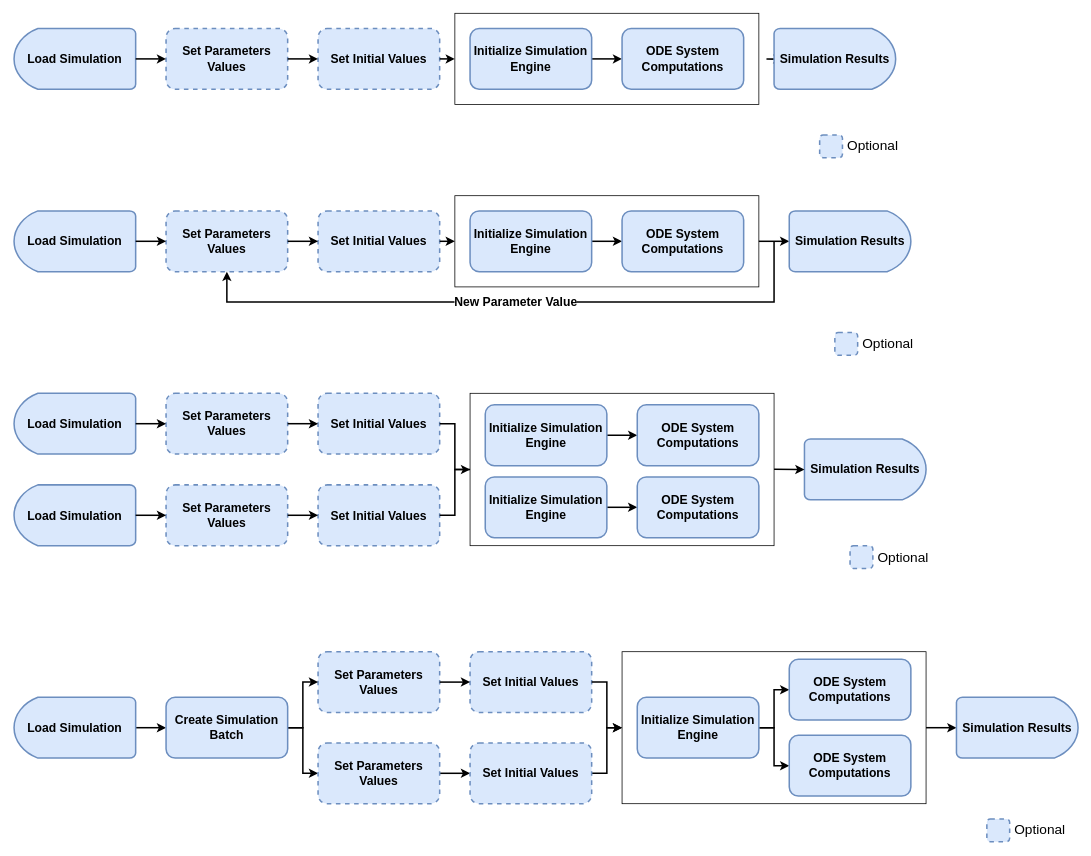
Above: vignettes/images/simulation_lifecycle_flowcharts.drawio in Open-Systems-Pharmacology/OSPSuite-R (draw.io), before the change. Source tidied: cells renumbered, new cells numbered last; positions are measured from the earlier drawing's top-left corner, leaving out a move shared by most shapes. Both pictures are drawn from the tidied source at 76%, with x=0, y=0 at pixel (14, 13).
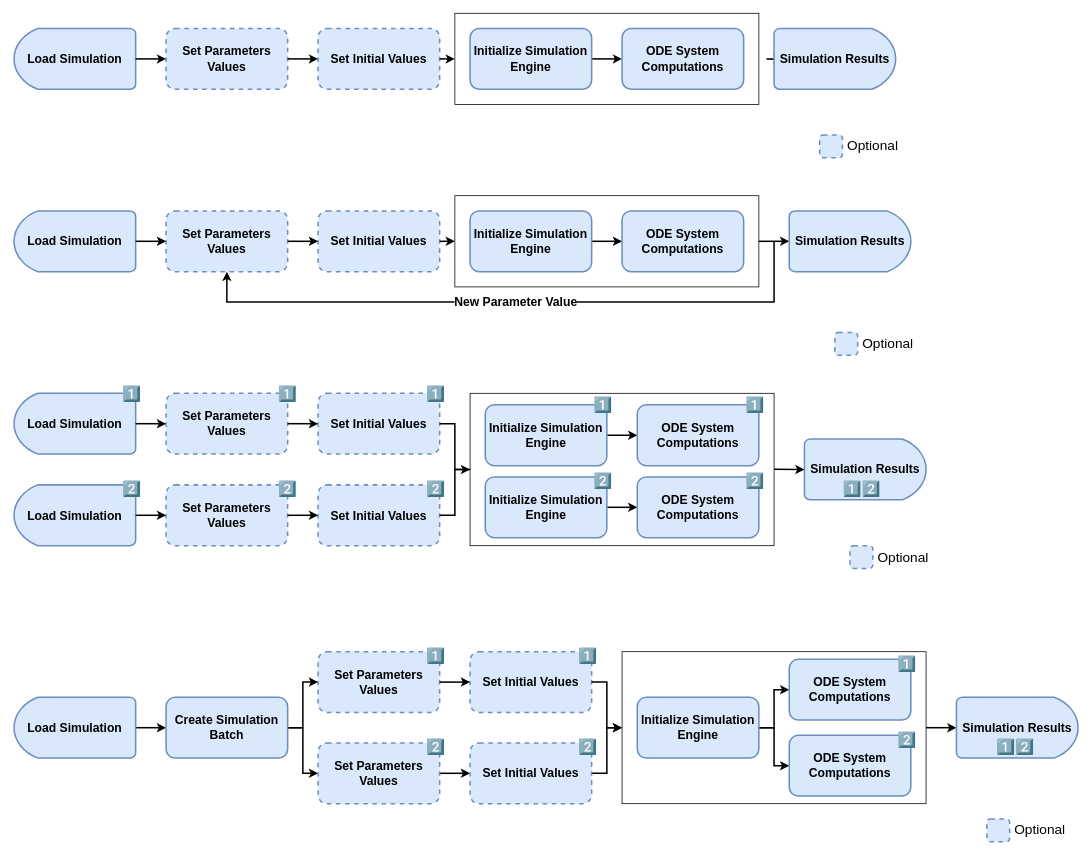
The same diagram, later.

Commit message (it also covers changes not shown here):
Add 1 and 2 to differentiate between simulation configurations

Diff of the diagram source:
```diff
@@
+    <mxCell id="77" value="&lt;font style=&quot;font-size: 20px;&quot;&gt;1️⃣&lt;/font&gt;" style="text;html=1;strokeColor=none;fillColor=none;align=center;verticalAlign=middle;whiteSpace=wrap;rounded=0;" parent="1" vertex="1">
+      <mxGeometry x="540" y="830" width="30" height="30" as="geometry" />
+    </mxCell>
+    <mxCell id="78" value="&lt;font style=&quot;font-size: 20px;&quot;&gt;1️⃣&lt;/font&gt;" style="text;html=1;strokeColor=none;fillColor=none;align=center;verticalAlign=middle;whiteSpace=wrap;rounded=0;" parent="1" vertex="1">
+      <mxGeometry x="740" y="830" width="30" height="30" as="geometry" />
+    </mxCell>
+    <mxCell id="79" value="&lt;font style=&quot;font-size: 20px;&quot;&gt;1️⃣&lt;/font&gt;" style="text;html=1;strokeColor=none;fillColor=none;align=center;verticalAlign=middle;whiteSpace=wrap;rounded=0;" parent="1" vertex="1">
+      <mxGeometry x="1160" y="840" width="30" height="30" as="geometry" />
+    </mxCell>
+    <mxCell id="80" value="&lt;font style=&quot;font-size: 20px;&quot;&gt;1️⃣&lt;/font&gt;" style="text;html=1;strokeColor=none;fillColor=none;align=center;verticalAlign=middle;whiteSpace=wrap;rounded=0;" parent="1" vertex="1">
+      <mxGeometry x="140" y="485.2" width="30" height="30" as="geometry" />
+    </mxCell>
+    <mxCell id="81" value="&lt;font style=&quot;font-size: 20px;&quot;&gt;1️⃣&lt;/font&gt;" style="text;html=1;strokeColor=none;fillColor=none;align=center;verticalAlign=middle;whiteSpace=wrap;rounded=0;" parent="1" vertex="1">
+      <mxGeometry x="345" y="485.2" width="30" height="30" as="geometry" />
+    </mxCell>
+    <mxCell id="82" value="&lt;font style=&quot;font-size: 20px;&quot;&gt;1️⃣&lt;/font&gt;" style="text;html=1;strokeColor=none;fillColor=none;align=center;verticalAlign=middle;whiteSpace=wrap;rounded=0;" parent="1" vertex="1">
+      <mxGeometry x="540" y="485.2" width="30" height="30" as="geometry" />
+    </mxCell>
+    <mxCell id="83" value="&lt;font style=&quot;font-size: 20px;&quot;&gt;1️⃣&lt;/font&gt;" style="text;html=1;strokeColor=none;fillColor=none;align=center;verticalAlign=middle;whiteSpace=wrap;rounded=0;" parent="1" vertex="1">
+      <mxGeometry x="760" y="500" width="30" height="30" as="geometry" />
+    </mxCell>
+    <mxCell id="84" value="&lt;font style=&quot;font-size: 20px;&quot;&gt;1️⃣&lt;/font&gt;" style="text;html=1;strokeColor=none;fillColor=none;align=center;verticalAlign=middle;whiteSpace=wrap;rounded=0;" parent="1" vertex="1">
+      <mxGeometry x="960" y="500" width="30" height="30" as="geometry" />
+    </mxCell>
+    <mxCell id="85" value="&lt;font style=&quot;font-size: 20px;&quot;&gt;1️⃣&lt;/font&gt;" style="text;html=1;strokeColor=none;fillColor=none;align=center;verticalAlign=middle;whiteSpace=wrap;rounded=0;" parent="1" vertex="1">
+      <mxGeometry x="1087.5" y="610" width="30" height="30" as="geometry" />
+    </mxCell>
+    <mxCell id="86" value="&lt;font style=&quot;font-size: 20px;&quot;&gt;2️⃣&lt;/font&gt;" style="text;html=1;strokeColor=none;fillColor=none;align=center;verticalAlign=middle;whiteSpace=wrap;rounded=0;" parent="1" vertex="1">
+      <mxGeometry x="140" y="610" width="30" height="30" as="geometry" />
+    </mxCell>
+    <mxCell id="87" value="&lt;font style=&quot;font-size: 20px;&quot;&gt;2️⃣&lt;/font&gt;" style="text;html=1;strokeColor=none;fillColor=none;align=center;verticalAlign=middle;whiteSpace=wrap;rounded=0;" parent="1" vertex="1">
+      <mxGeometry x="345" y="610" width="30" height="30" as="geometry" />
+    </mxCell>
+    <mxCell id="88" value="&lt;font style=&quot;font-size: 20px;&quot;&gt;2️⃣&lt;/font&gt;" style="text;html=1;strokeColor=none;fillColor=none;align=center;verticalAlign=middle;whiteSpace=wrap;rounded=0;" parent="1" vertex="1">
+      <mxGeometry x="540" y="610.2" width="30" height="30" as="geometry" />
+    </mxCell>
+    <mxCell id="89" value="&lt;font style=&quot;font-size: 20px;&quot;&gt;2️⃣&lt;/font&gt;" style="text;html=1;strokeColor=none;fillColor=none;align=center;verticalAlign=middle;whiteSpace=wrap;rounded=0;" parent="1" vertex="1">
+      <mxGeometry x="760" y="600" width="30" height="30" as="geometry" />
+    </mxCell>
+    <mxCell id="90" value="&lt;font style=&quot;font-size: 20px;&quot;&gt;2️⃣&lt;/font&gt;" style="text;html=1;strokeColor=none;fillColor=none;align=center;verticalAlign=middle;whiteSpace=wrap;rounded=0;" parent="1" vertex="1">
+      <mxGeometry x="960" y="600" width="30" height="30" as="geometry" />
+    </mxCell>
+    <mxCell id="91" value="&lt;font style=&quot;font-size: 20px;&quot;&gt;2️⃣&lt;/font&gt;" style="text;html=1;strokeColor=none;fillColor=none;align=center;verticalAlign=middle;whiteSpace=wrap;rounded=0;" parent="1" vertex="1">
+      <mxGeometry x="1112.5" y="610" width="30" height="30" as="geometry" />
+    </mxCell>
+    <mxCell id="92" value="&lt;font style=&quot;font-size: 20px;&quot;&gt;2️⃣&lt;/font&gt;" style="text;html=1;strokeColor=none;fillColor=none;align=center;verticalAlign=middle;whiteSpace=wrap;rounded=0;" parent="1" vertex="1">
+      <mxGeometry x="1160" y="940" width="30" height="30" as="geometry" />
+    </mxCell>
+    <mxCell id="93" value="&lt;font style=&quot;font-size: 20px;&quot;&gt;2️⃣&lt;/font&gt;" style="text;html=1;strokeColor=none;fillColor=none;align=center;verticalAlign=middle;whiteSpace=wrap;rounded=0;" parent="1" vertex="1">
+      <mxGeometry x="740" y="950" width="30" height="30" as="geometry" />
+    </mxCell>
+    <mxCell id="94" value="&lt;font style=&quot;font-size: 20px;&quot;&gt;2️⃣&lt;/font&gt;" style="text;html=1;strokeColor=none;fillColor=none;align=center;verticalAlign=middle;whiteSpace=wrap;rounded=0;" parent="1" vertex="1">
+      <mxGeometry x="540" y="950" width="30" height="30" as="geometry" />
+    </mxCell>
+    <mxCell id="95" value="&lt;font style=&quot;font-size: 20px;&quot;&gt;1️⃣&lt;/font&gt;" style="text;html=1;strokeColor=none;fillColor=none;align=center;verticalAlign=middle;whiteSpace=wrap;rounded=0;" parent="1" vertex="1">
+      <mxGeometry x="1290" y="950" width="30" height="30" as="geometry" />
+    </mxCell>
+    <mxCell id="96" value="&lt;font style=&quot;font-size: 20px;&quot;&gt;2️⃣&lt;/font&gt;" style="text;html=1;strokeColor=none;fillColor=none;align=center;verticalAlign=middle;whiteSpace=wrap;rounded=0;" parent="1" vertex="1">
+      <mxGeometry x="1315" y="950" width="30" height="30" as="geometry" />
+    </mxCell>
```
